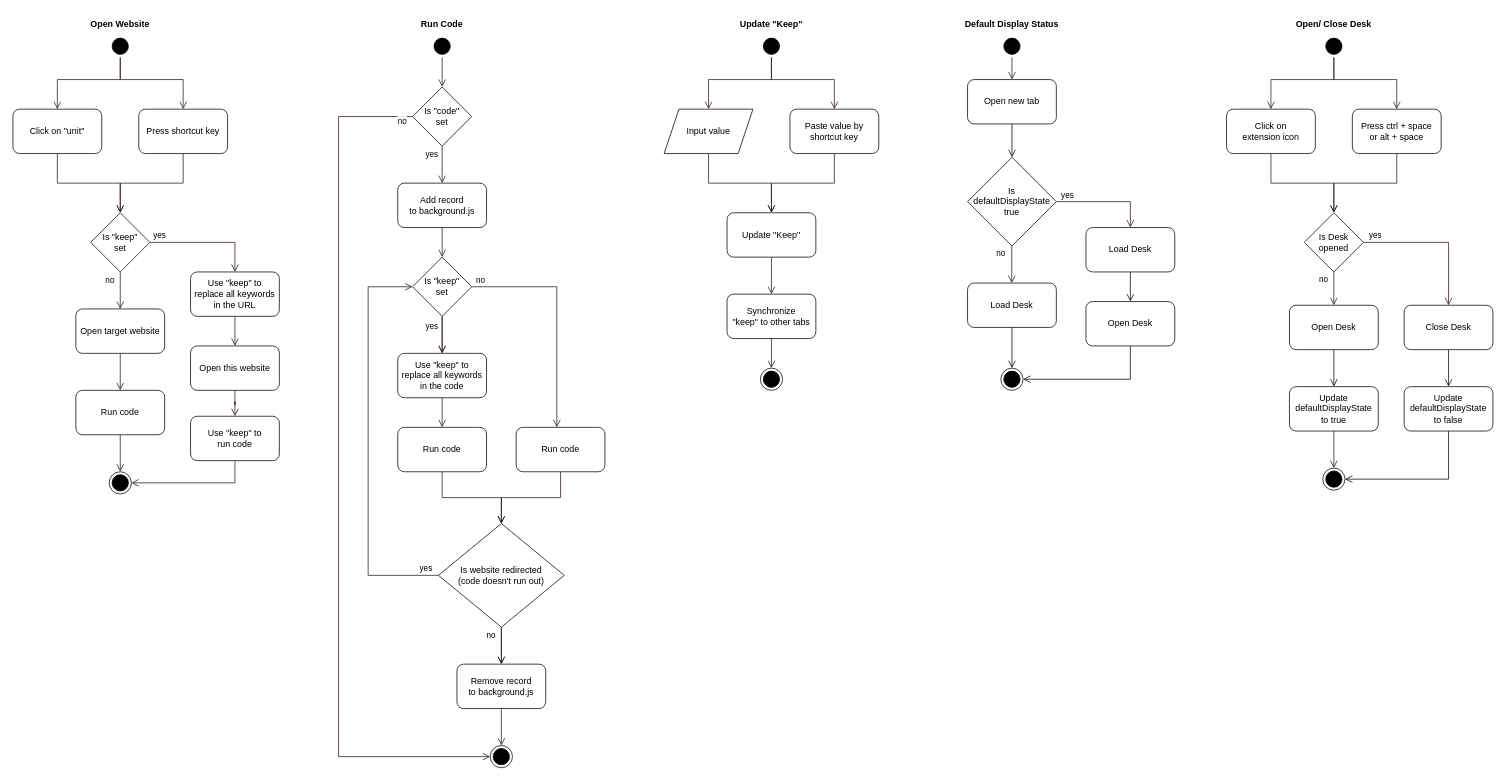
Earlier version of the draw.io diagram page "Flow Chart" (2 of 2) of assets/design.drawio (SNinjo/desk). Source tidied: cells renumbered, new cells numbered last; positions are measured from the earlier drawing's top-left corner, leaving out a move shared by most shapes. Both pictures are drawn from the tidied source at 74%, with x=0, y=0 at pixel (13, 13).
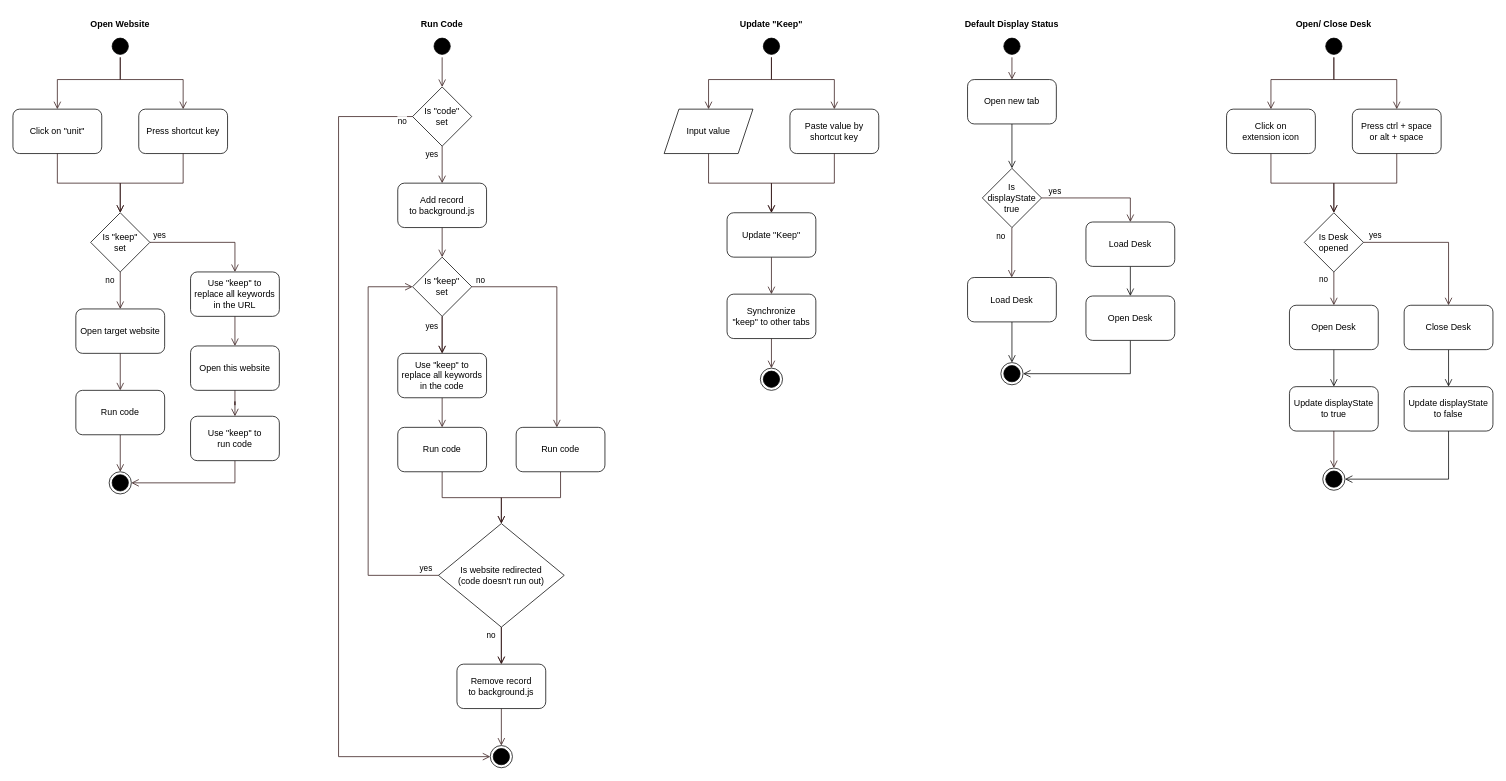
The same page after the edit.

Unchanged cells that the change refers to:
```xml
<mxCell id="102" value="Open new tab" style="rounded=1;whiteSpace=wrap;html=1;strokeColor=#000000;" parent="1" vertex="1">
  <mxGeometry x="1290" y="90" width="120" height="60" as="geometry" />
</mxCell>
```

The edit, as a diff of the source:
```diff
@@
-    <mxCell id="86" value="Update defaultDisplayState&lt;br&gt;to true" style="rounded=1;whiteSpace=wrap;html=1;strokeColor=#000000;" parent="1" vertex="1">
+    <mxCell id="86" value="Update displayState&lt;br&gt;to true" style="rounded=1;whiteSpace=wrap;html=1;strokeColor=#000000;" parent="1" vertex="1">
       <mxGeometry x="1725" y="505" width="120" height="60" as="geometry" />
     </mxCell>
@@
-    <mxCell id="90" value="Update defaultDisplayState&lt;br&gt;to false" style="rounded=1;whiteSpace=wrap;html=1;strokeColor=#000000;" parent="1" vertex="1">
+    <mxCell id="90" value="Update displayState&lt;br&gt;to false" style="rounded=1;whiteSpace=wrap;html=1;strokeColor=#000000;" parent="1" vertex="1">
       <mxGeometry x="1880" y="505" width="120" height="60" as="geometry" />
     </mxCell>
@@
-    <mxCell id="94" value="Is&lt;br style=&quot;border-color: var(--border-color);&quot;&gt;defaultDisplayState&lt;br style=&quot;border-color: var(--border-color);&quot;&gt;true" style="rhombus;whiteSpace=wrap;html=1;strokeColor=#000000;" parent="1" vertex="1">
-      <mxGeometry x="1290" y="195" width="120" height="120" as="geometry" />
-    </mxCell>
-    <mxCell id="95" style="edgeStyle=orthogonalEdgeStyle;rounded=0;jettySize=auto;html=1;strokeColor=#301313;endArrow=open;endFill=0;endSize=8;" parent="1" edge="1" source="94" target="105">
+    <mxCell id="95" style="edgeStyle=orthogonalEdgeStyle;rounded=0;jettySize=auto;html=1;strokeColor=#301313;endArrow=open;endFill=0;endSize=8;" parent="1" edge="1" source="109" target="105">
       <mxGeometry relative="1" as="geometry">
         <Array as="points">
-          <mxPoint x="1510" y="255" />
+          <mxPoint x="1510" y="250" />
         </Array>
       </mxGeometry>
     </mxCell>
@@
-    <mxCell id="97" style="rounded=0;jettySize=auto;html=1;strokeColor=#301313;endArrow=open;endFill=0;endSize=8;" parent="1" edge="1" source="94">
+    <mxCell id="97" style="rounded=0;jettySize=auto;html=1;strokeColor=#301313;endArrow=open;endFill=0;endSize=8;" parent="1" edge="1" source="109">
       <mxGeometry relative="1" as="geometry">
-        <mxPoint x="1349.7" y="365" as="targetPoint" />
+        <mxPoint x="1349.7" y="357.5" as="targetPoint" />
       </mxGeometry>
     </mxCell>
@@
     <mxCell id="100" value="Load Desk" style="rounded=1;whiteSpace=wrap;html=1;strokeColor=#000000;" parent="1" vertex="1">
-      <mxGeometry x="1290" y="365" width="120" height="60" as="geometry" />
+      <mxGeometry x="1290" y="357.5" width="120" height="60" as="geometry" />
     </mxCell>
-    <mxCell id="101" style="edgeStyle=none;rounded=0;jettySize=auto;html=1;endArrow=open;endFill=0;endSize=8;" parent="1" edge="1" source="102" target="94">
+    <mxCell id="101" style="edgeStyle=none;rounded=0;jettySize=auto;html=1;endArrow=open;endFill=0;endSize=8;" parent="1" edge="1" source="102" target="109">
       <mxGeometry relative="1" as="geometry" />
     </mxCell>
@@
     <mxCell id="103" style="ellipse;html=1;shape=endState;fillColor=#000000;strokeColor=#000000;" parent="1" vertex="1">
-      <mxGeometry x="1335" y="480" width="30" height="30" as="geometry" />
+      <mxGeometry x="1335" y="472.5" width="30" height="30" as="geometry" />
     </mxCell>
@@
     <mxCell id="105" value="Load Desk" style="rounded=1;whiteSpace=wrap;html=1;strokeColor=#000000;" parent="1" vertex="1">
-      <mxGeometry x="1450" y="290" width="120" height="60" as="geometry" />
+      <mxGeometry x="1450" y="282.5" width="120" height="60" as="geometry" />
     </mxCell>
     <mxCell id="106" style="edgeStyle=none;rounded=0;jettySize=auto;html=1;endArrow=open;endFill=0;endSize=8;" parent="1" edge="1" source="107" target="103">
       <mxGeometry relative="1" as="geometry">
         <Array as="points">
-          <mxPoint x="1510" y="495" />
+          <mxPoint x="1510" y="487.5" />
         </Array>
       </mxGeometry>
     </mxCell>
     <mxCell id="107" value="Open Desk" style="rounded=1;whiteSpace=wrap;html=1;strokeColor=#000000;" parent="1" vertex="1">
-      <mxGeometry x="1450" y="390" width="120" height="60" as="geometry" />
+      <mxGeometry x="1450" y="382.5" width="120" height="60" as="geometry" />
     </mxCell>
@@
+    <mxCell id="109" value="Is&lt;br style=&quot;border-color: var(--border-color);&quot;&gt;displayState&lt;br style=&quot;border-color: var(--border-color);&quot;&gt;true" style="rhombus;whiteSpace=wrap;html=1;strokeColor=#000000;" parent="1" vertex="1">
+      <mxGeometry x="1310" y="210" width="80" height="80" as="geometry" />
+    </mxCell>
```
